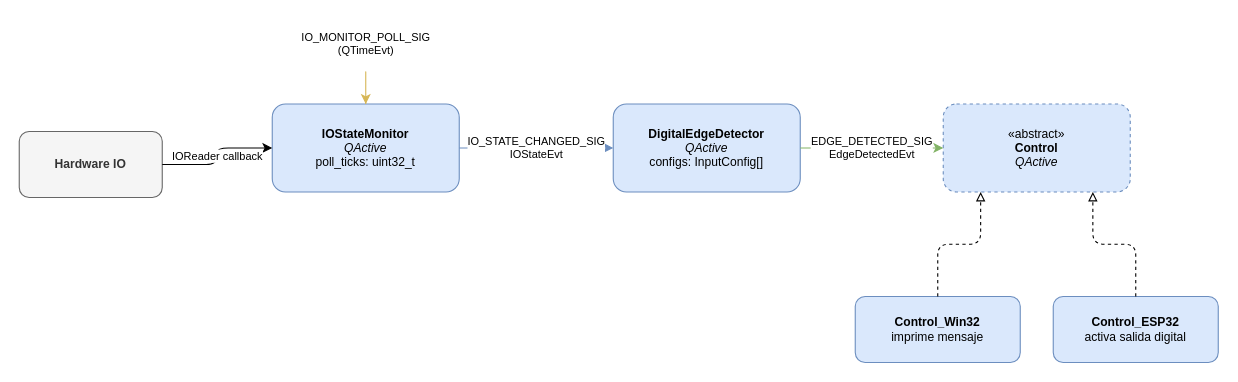
peperono/digital_inputs_detector keeps this draw.io diagram as docs/sistema.drawio. Above is the earlier version. Source tidied: cells renumbered, new cells numbered last; positions are measured from the earlier drawing's top-left corner, leaving out a move shared by most shapes. Both pictures are drawn from the tidied source at 110%, with x=0, y=0 at pixel (19, 43).
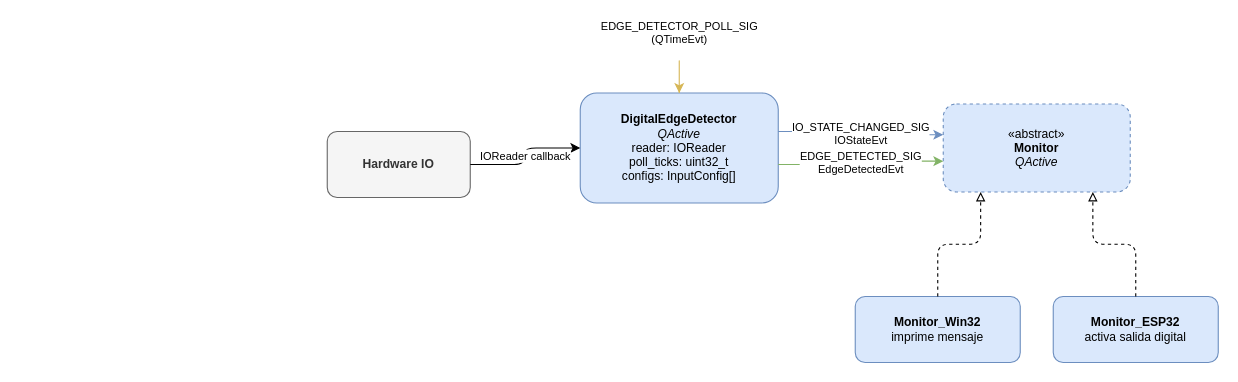
The same page after the edit.

The edit, as a diff of the source:
```diff
@@
 <mxGraphModel>
   <root>
     <mxCell id="0" />
     <mxCell id="1" parent="0" />
     <mxCell id="2" value="Hardware IO" style="rounded=1;whiteSpace=wrap;html=1;fillColor=#f5f5f5;strokeColor=#666666;fontColor=#333333;fontStyle=1;fontSize=11;" parent="1" vertex="1">
-      <mxGeometry y="80" width="130" height="60" as="geometry" />
+      <mxGeometry x="280" y="80" width="130" height="60" as="geometry" />
     </mxCell>
-    <mxCell id="3" value="&lt;b&gt;IOStateMonitor&lt;/b&gt;&lt;div&gt;&lt;i&gt;QActive&lt;/i&gt;&lt;/div&gt;&lt;div&gt;poll_ticks: uint32_t&lt;/div&gt;" style="rounded=1;whiteSpace=wrap;html=1;fillColor=#dae8fc;strokeColor=#6c8ebf;fontSize=11;" parent="1" vertex="1">
-      <mxGeometry x="230" y="55" width="170" height="80" as="geometry" />
-    </mxCell>
-    <mxCell id="4" value="&lt;b&gt;DigitalEdgeDetector&lt;/b&gt;&lt;div&gt;&lt;i&gt;QActive&lt;/i&gt;&lt;/div&gt;&lt;div&gt;configs: InputConfig[]&lt;/div&gt;" style="rounded=1;whiteSpace=wrap;html=1;fillColor=#dae8fc;strokeColor=#6c8ebf;fontSize=11;" parent="1" vertex="1">
-      <mxGeometry x="540" y="55" width="170" height="80" as="geometry" />
+    <mxCell id="4" value="&lt;b&gt;DigitalEdgeDetector&lt;/b&gt;&lt;div&gt;&lt;i&gt;QActive&lt;/i&gt;&lt;/div&gt;&lt;div&gt;reader: IOReader&lt;/div&gt;&lt;div&gt;poll_ticks: uint32_t&lt;/div&gt;&lt;div&gt;configs: InputConfig[]&lt;/div&gt;" style="rounded=1;whiteSpace=wrap;html=1;fillColor=#dae8fc;strokeColor=#6c8ebf;fontSize=11;" parent="1" vertex="1">
+      <mxGeometry x="510" y="45" width="180" height="100" as="geometry" />
     </mxCell>
-    <mxCell id="5" value="«abstract»&lt;div&gt;&lt;b&gt;Control&lt;/b&gt;&lt;/div&gt;&lt;div&gt;&lt;i&gt;QActive&lt;/i&gt;&lt;/div&gt;" style="rounded=1;whiteSpace=wrap;html=1;fillColor=#dae8fc;strokeColor=#6c8ebf;fontSize=11;dashed=1;" parent="1" vertex="1">
+    <mxCell id="5" value="«abstract»&lt;div&gt;&lt;b&gt;Monitor&lt;/b&gt;&lt;/div&gt;&lt;div&gt;&lt;i&gt;QActive&lt;/i&gt;&lt;/div&gt;" style="rounded=1;whiteSpace=wrap;html=1;fillColor=#dae8fc;strokeColor=#6c8ebf;fontSize=11;dashed=1;" parent="1" vertex="1">
       <mxGeometry x="840" y="55" width="170" height="80" as="geometry" />
     </mxCell>
-    <mxCell id="6" value="&lt;b&gt;Control_Win32&lt;/b&gt;&lt;div&gt;imprime mensaje&lt;/div&gt;" style="rounded=1;whiteSpace=wrap;html=1;fillColor=#dae8fc;strokeColor=#6c8ebf;fontSize=11;" parent="1" vertex="1">
+    <mxCell id="6" value="&lt;b&gt;Monitor_Win32&lt;/b&gt;&lt;div&gt;imprime mensaje&lt;/div&gt;" style="rounded=1;whiteSpace=wrap;html=1;fillColor=#dae8fc;strokeColor=#6c8ebf;fontSize=11;" parent="1" vertex="1">
       <mxGeometry x="760" y="230" width="150" height="60" as="geometry" />
     </mxCell>
-    <mxCell id="7" value="&lt;b&gt;Control_ESP32&lt;/b&gt;&lt;div&gt;activa salida digital&lt;/div&gt;" style="rounded=1;whiteSpace=wrap;html=1;fillColor=#dae8fc;strokeColor=#6c8ebf;fontSize=11;" parent="1" vertex="1">
+    <mxCell id="7" value="&lt;b&gt;Monitor_ESP32&lt;/b&gt;&lt;div&gt;activa salida digital&lt;/div&gt;" style="rounded=1;whiteSpace=wrap;html=1;fillColor=#dae8fc;strokeColor=#6c8ebf;fontSize=11;" parent="1" vertex="1">
       <mxGeometry x="940" y="230" width="150" height="60" as="geometry" />
     </mxCell>
     <mxCell id="8" style="edgeStyle=orthogonalEdgeStyle;html=1;dashed=1;endArrow=block;endFill=0;exitX=0.5;exitY=0;exitDx=0;exitDy=0;entryX=0.2;entryY=1;entryDx=0;entryDy=0;" parent="1" edge="1" source="6" target="5">
       <mxGeometry relative="1" as="geometry" />
     </mxCell>
     <mxCell id="9" style="edgeStyle=orthogonalEdgeStyle;html=1;dashed=1;endArrow=block;endFill=0;exitX=0.5;exitY=0;exitDx=0;exitDy=0;entryX=0.8;entryY=1;entryDx=0;entryDy=0;" parent="1" edge="1" source="7" target="5">
       <mxGeometry relative="1" as="geometry" />
     </mxCell>
-    <mxCell id="10" value="IOReader callback" style="edgeStyle=orthogonalEdgeStyle;html=1;fontSize=10;exitX=1;exitY=0.5;exitDx=0;exitDy=0;entryX=0;entryY=0.5;entryDx=0;entryDy=0;" parent="1" edge="1" source="2" target="3">
+    <mxCell id="10" value="IOReader callback" style="edgeStyle=orthogonalEdgeStyle;html=1;fontSize=10;exitX=1;exitY=0.5;exitDx=0;exitDy=0;entryX=0;entryY=0.5;entryDx=0;entryDy=0;" parent="1" edge="1" source="2" target="4">
       <mxGeometry relative="1" as="geometry" />
     </mxCell>
-    <mxCell id="11" value="IO_STATE_CHANGED_SIG&lt;div&gt;IOStateEvt&lt;/div&gt;" style="edgeStyle=orthogonalEdgeStyle;html=1;fontSize=10;exitX=1;exitY=0.5;exitDx=0;exitDy=0;entryX=0;entryY=0.5;entryDx=0;entryDy=0;strokeColor=#6c8ebf;" parent="1" edge="1" source="3" target="4">
+    <mxCell id="11" value="IO_STATE_CHANGED_SIG&lt;div&gt;IOStateEvt&lt;/div&gt;" style="edgeStyle=orthogonalEdgeStyle;html=1;fontSize=10;exitX=1;exitY=0.35;exitDx=0;exitDy=0;entryX=0;entryY=0.35;entryDx=0;entryDy=0;strokeColor=#6c8ebf;" parent="1" edge="1" source="4" target="5">
       <mxGeometry relative="1" as="geometry" />
     </mxCell>
-    <mxCell id="12" value="EDGE_DETECTED_SIG&lt;div&gt;EdgeDetectedEvt&lt;/div&gt;" style="edgeStyle=orthogonalEdgeStyle;html=1;fontSize=10;exitX=1;exitY=0.5;exitDx=0;exitDy=0;entryX=0;entryY=0.5;entryDx=0;entryDy=0;strokeColor=#82b366;" parent="1" edge="1" source="4" target="5">
+    <mxCell id="12" value="EDGE_DETECTED_SIG&lt;div&gt;EdgeDetectedEvt&lt;/div&gt;" style="edgeStyle=orthogonalEdgeStyle;html=1;fontSize=10;exitX=1;exitY=0.65;exitDx=0;exitDy=0;entryX=0;entryY=0.65;entryDx=0;entryDy=0;strokeColor=#82b366;" parent="1" edge="1" source="4" target="5">
       <mxGeometry relative="1" as="geometry" />
     </mxCell>
-    <mxCell id="13" value="IO_MONITOR_POLL_SIG&lt;div&gt;(QTimeEvt)&lt;/div&gt;" style="edgeStyle=orthogonalEdgeStyle;html=1;fontSize=10;exitX=0.5;exitY=0;exitDx=0;exitDy=0;entryX=0.5;entryY=0;entryDx=0;entryDy=0;strokeColor=#d6b656;curved=1;" parent="1" edge="1" source="3" target="3">
+    <mxCell id="13" value="EDGE_DETECTOR_POLL_SIG&lt;div&gt;(QTimeEvt)&lt;/div&gt;" style="edgeStyle=orthogonalEdgeStyle;html=1;fontSize=10;exitX=0.5;exitY=0;exitDx=0;exitDy=0;entryX=0.5;entryY=0;entryDx=0;entryDy=0;strokeColor=#d6b656;curved=1;" parent="1" edge="1" source="4" target="4">
       <mxGeometry relative="1" as="geometry">
         <Array as="points">
-          <mxPoint x="315" />
-          <mxPoint x="315" />
+          <mxPoint x="600" y="-10" />
+          <mxPoint x="600" y="-10" />
         </Array>
       </mxGeometry>
     </mxCell>
   </root>
 </mxGraphModel>
```
